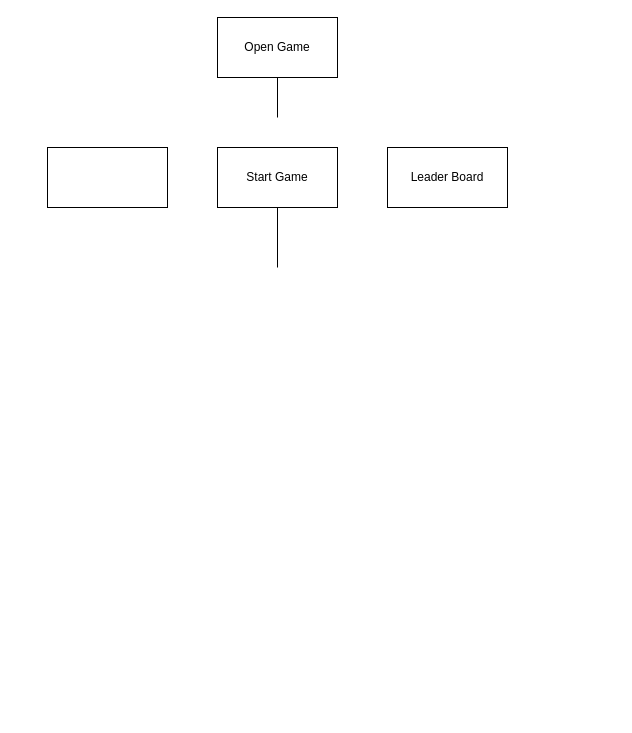
Before: FlowChartA-Steroids.drawio in GaiaDweller/Reed-and-Carson, a draw.io diagram. Source tidied: cells renumbered, new cells numbered last; positions are measured from the earlier drawing's top-left corner, leaving out a move shared by most shapes. Both pictures are drawn from the tidied source at 100%, with x=0, y=0 at pixel (47, 17).
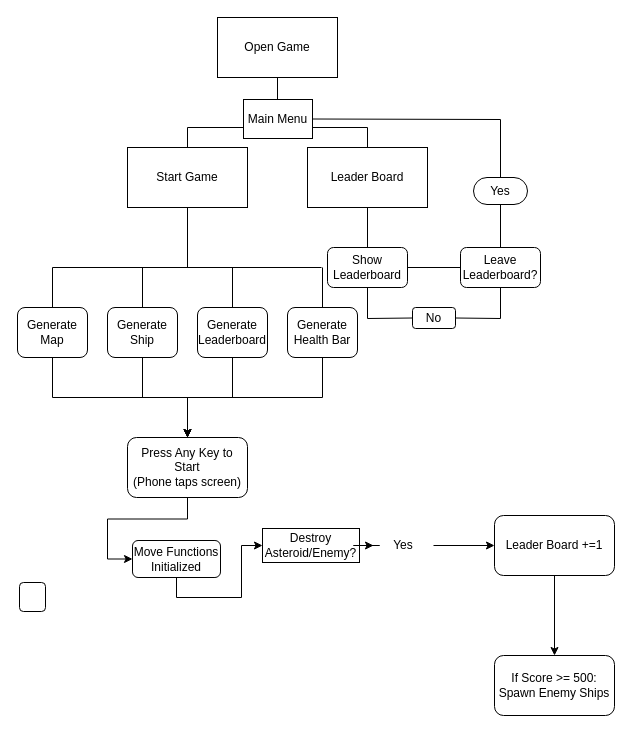
The same diagram, later.

The change refers to these unchanged cells:
```xml
<mxCell id="4" value="Open Game" style="rounded=0;whiteSpace=wrap;html=1;" parent="1" vertex="1">
  <mxGeometry x="170" width="120" height="60" as="geometry" />
</mxCell>
```

Change to the diagram source:
```diff
@@
     <mxCell id="2" value="Start Game" style="rounded=0;whiteSpace=wrap;html=1;" parent="1" vertex="1">
-      <mxGeometry x="170" y="130" width="120" height="60" as="geometry" />
+      <mxGeometry x="80" y="130" width="120" height="60" as="geometry" />
     </mxCell>
     <mxCell id="3" style="endArrow=none;html=1;rounded=0;entryX=0.5;entryY=1;entryDx=0;entryDy=0;" parent="1" edge="1" target="2">
       <mxGeometry relative="1" as="geometry">
-        <mxPoint x="230" y="250" as="sourcePoint" />
+        <mxPoint x="140" y="250" as="sourcePoint" />
       </mxGeometry>
     </mxCell>
@@
     <mxCell id="5" style="endArrow=none;html=1;rounded=0;entryX=0.5;entryY=1;entryDx=0;entryDy=0;" parent="1" edge="1" target="4">
       <mxGeometry relative="1" as="geometry">
-        <mxPoint x="230" y="100" as="sourcePoint" />
+        <mxPoint x="230" y="110" as="sourcePoint" />
         <Array as="points">
           <mxPoint x="230" y="60" />
         </Array>
       </mxGeometry>
     </mxCell>
     <mxCell id="6" value="Leader Board" style="rounded=0;whiteSpace=wrap;html=1;" parent="1" vertex="1">
-      <mxGeometry x="340" y="130" width="120" height="60" as="geometry" />
+      <mxGeometry x="260" y="130" width="120" height="60" as="geometry" />
     </mxCell>
-    <mxCell id="7" style="rounded=0;whiteSpace=wrap;html=1;" parent="1" vertex="1">
-      <mxGeometry y="130" width="120" height="60" as="geometry" />
-    </mxCell>
+    <mxCell id="8" style="endArrow=none;html=1;rounded=0;" parent="1" edge="1">
+      <mxGeometry relative="1" as="geometry">
+        <mxPoint x="140" y="110" as="sourcePoint" />
+        <mxPoint x="320" y="110" as="targetPoint" />
+      </mxGeometry>
+    </mxCell>
+    <mxCell id="9" style="endArrow=none;html=1;rounded=0;exitX=0.5;exitY=0;exitDx=0;exitDy=0;" parent="1" edge="1" source="2">
+      <mxGeometry relative="1" as="geometry">
+        <mxPoint x="140" y="110" as="targetPoint" />
+      </mxGeometry>
+    </mxCell>
+    <mxCell id="10" style="endArrow=none;html=1;rounded=0;exitX=0.5;exitY=0;exitDx=0;exitDy=0;" parent="1" edge="1" source="6">
+      <mxGeometry relative="1" as="geometry">
+        <mxPoint x="320" y="110" as="targetPoint" />
+      </mxGeometry>
+    </mxCell>
+    <mxCell id="11" value="Show Leaderboard" style="rounded=1;whiteSpace=wrap;html=1;" parent="1" vertex="1">
+      <mxGeometry x="280" y="230" width="80" height="40" as="geometry" />
+    </mxCell>
+    <mxCell id="12" style="endArrow=none;html=1;rounded=0;exitX=0.5;exitY=1;exitDx=0;exitDy=0;entryX=0.5;entryY=0;entryDx=0;entryDy=0;" parent="1" edge="1" source="6" target="11">
+      <mxGeometry relative="1" as="geometry" />
+    </mxCell>
+    <mxCell id="13" style="edgeStyle=orthogonalEdgeStyle;rounded=0;jettySize=auto;html=1;exitX=0.5;exitY=1;exitDx=0;exitDy=0;" parent="1" edge="1" source="14" target="27">
+      <mxGeometry relative="1" as="geometry" />
+    </mxCell>
+    <mxCell id="14" value="Generate Map" style="rounded=1;whiteSpace=wrap;html=1;" parent="1" vertex="1">
+      <mxGeometry x="-30" y="290" width="70" height="50" as="geometry" />
+    </mxCell>
+    <mxCell id="15" style="edgeStyle=orthogonalEdgeStyle;rounded=0;jettySize=auto;html=1;exitX=0.5;exitY=1;exitDx=0;exitDy=0;entryX=0.5;entryY=0;entryDx=0;entryDy=0;" parent="1" edge="1" source="16" target="27">
+      <mxGeometry relative="1" as="geometry" />
+    </mxCell>
+    <mxCell id="16" value="Generate Ship" style="rounded=1;whiteSpace=wrap;html=1;" parent="1" vertex="1">
+      <mxGeometry x="60" y="290" width="70" height="50" as="geometry" />
+    </mxCell>
+    <mxCell id="17" style="edgeStyle=orthogonalEdgeStyle;rounded=0;jettySize=auto;html=1;exitX=0.5;exitY=1;exitDx=0;exitDy=0;entryX=0.5;entryY=0;entryDx=0;entryDy=0;" parent="1" edge="1" source="18" target="27">
+      <mxGeometry relative="1" as="geometry" />
+    </mxCell>
+    <mxCell id="18" value="Generate Leaderboard" style="rounded=1;whiteSpace=wrap;html=1;" parent="1" vertex="1">
+      <mxGeometry x="150" y="290" width="70" height="50" as="geometry" />
+    </mxCell>
+    <mxCell id="19" style="edgeStyle=orthogonalEdgeStyle;rounded=0;jettySize=auto;html=1;exitX=0.5;exitY=1;exitDx=0;exitDy=0;" parent="1" edge="1" source="20" target="27">
+      <mxGeometry relative="1" as="geometry" />
+    </mxCell>
+    <mxCell id="20" value="Generate Health Bar" style="rounded=1;whiteSpace=wrap;html=1;" parent="1" vertex="1">
+      <mxGeometry x="240" y="290" width="70" height="50" as="geometry" />
+    </mxCell>
+    <mxCell id="21" style="endArrow=none;html=1;rounded=0;" parent="1" edge="1">
+      <mxGeometry relative="1" as="geometry">
+        <mxPoint x="5" y="250" as="sourcePoint" />
+        <mxPoint x="274" y="250" as="targetPoint" />
+      </mxGeometry>
+    </mxCell>
+    <mxCell id="22" style="endArrow=none;html=1;rounded=0;exitX=0.5;exitY=0;exitDx=0;exitDy=0;" parent="1" edge="1" source="14">
+      <mxGeometry relative="1" as="geometry">
+        <mxPoint x="5" y="250" as="targetPoint" />
+      </mxGeometry>
+    </mxCell>
+    <mxCell id="23" style="endArrow=none;html=1;rounded=0;entryX=0.5;entryY=0;entryDx=0;entryDy=0;" parent="1" edge="1" target="16">
+      <mxGeometry relative="1" as="geometry">
+        <mxPoint x="95" y="250" as="sourcePoint" />
+      </mxGeometry>
+    </mxCell>
+    <mxCell id="24" style="endArrow=none;html=1;rounded=0;exitX=0.5;exitY=0;exitDx=0;exitDy=0;" parent="1" edge="1" source="18">
+      <mxGeometry relative="1" as="geometry">
+        <mxPoint x="185" y="250" as="targetPoint" />
+      </mxGeometry>
+    </mxCell>
+    <mxCell id="25" style="endArrow=none;html=1;rounded=0;exitX=0.5;exitY=0;exitDx=0;exitDy=0;" parent="1" edge="1" source="20">
+      <mxGeometry relative="1" as="geometry">
+        <mxPoint x="275" y="250" as="targetPoint" />
+      </mxGeometry>
+    </mxCell>
+    <mxCell id="26" style="edgeStyle=orthogonalEdgeStyle;rounded=0;jettySize=auto;html=1;exitX=0.5;exitY=1;exitDx=0;exitDy=0;entryX=0;entryY=0.5;entryDx=0;entryDy=0;" parent="1" edge="1" source="45" target="38">
+      <mxGeometry relative="1" as="geometry" />
+    </mxCell>
+    <mxCell id="27" value="Press Any Key to Start&lt;div&gt;(Phone taps screen)&lt;/div&gt;" style="rounded=1;whiteSpace=wrap;html=1;" parent="1" vertex="1">
+      <mxGeometry x="80" y="420" width="120" height="60" as="geometry" />
+    </mxCell>
+    <mxCell id="28" value="Leave Leaderboard?" style="rounded=1;whiteSpace=wrap;html=1;" parent="1" vertex="1">
+      <mxGeometry x="413" y="230" width="80" height="40" as="geometry" />
+    </mxCell>
+    <mxCell id="29" style="endArrow=none;html=1;rounded=0;entryX=0;entryY=0.5;entryDx=0;entryDy=0;exitX=1;exitY=0.5;exitDx=0;exitDy=0;" parent="1" edge="1" source="11" target="28">
+      <mxGeometry relative="1" as="geometry" />
+    </mxCell>
+    <mxCell id="30" value="No" style="rounded=1;whiteSpace=wrap;html=1;" parent="1" vertex="1">
+      <mxGeometry x="365" y="290" width="43" height="21" as="geometry" />
+    </mxCell>
+    <mxCell id="31" style="endArrow=none;html=1;rounded=0;entryX=0.5;entryY=1;entryDx=0;entryDy=0;exitX=1;exitY=0.5;exitDx=0;exitDy=0;" parent="1" edge="1" source="30" target="28">
+      <mxGeometry relative="1" as="geometry">
+        <Array as="points">
+          <mxPoint x="453" y="301" />
+        </Array>
+      </mxGeometry>
+    </mxCell>
+    <mxCell id="32" style="endArrow=none;html=1;rounded=0;entryX=0.5;entryY=1;entryDx=0;entryDy=0;exitX=0;exitY=0.5;exitDx=0;exitDy=0;" parent="1" edge="1" source="30" target="11">
+      <mxGeometry relative="1" as="geometry">
+        <Array as="points">
+          <mxPoint x="320" y="301" />
+        </Array>
+      </mxGeometry>
+    </mxCell>
+    <mxCell id="33" value="Yes" style="rounded=1;whiteSpace=wrap;html=1;arcSize=50;" parent="1" vertex="1">
+      <mxGeometry x="426" y="160" width="54" height="27" as="geometry" />
+    </mxCell>
+    <mxCell id="34" style="endArrow=none;html=1;rounded=0;entryX=0.5;entryY=1;entryDx=0;entryDy=0;" parent="1" edge="1" source="28" target="33">
+      <mxGeometry relative="1" as="geometry" />
+    </mxCell>
+    <mxCell id="35" style="endArrow=none;html=1;rounded=0;entryX=0.5;entryY=0;entryDx=0;entryDy=0;exitX=1;exitY=0.5;exitDx=0;exitDy=0;" parent="1" edge="1" source="36" target="33">
+      <mxGeometry relative="1" as="geometry">
+        <Array as="points">
+          <mxPoint x="453" y="102" />
+        </Array>
+      </mxGeometry>
+    </mxCell>
+    <mxCell id="36" value="Main Menu" style="rounded=0;whiteSpace=wrap;html=1;" parent="1" vertex="1">
+      <mxGeometry x="196" y="82" width="69" height="39" as="geometry" />
+    </mxCell>
+    <mxCell id="37" style="edgeStyle=orthogonalEdgeStyle;rounded=0;jettySize=auto;html=1;" parent="1" edge="1" source="40" target="42">
+      <mxGeometry relative="1" as="geometry" />
+    </mxCell>
+    <mxCell id="38" value="Destroy Asteroid/Enemy?" style="rounded=0;whiteSpace=wrap;html=1;" parent="1" vertex="1">
+      <mxGeometry x="215" y="511" width="97" height="34" as="geometry" />
+    </mxCell>
+    <mxCell id="39" style="edgeStyle=orthogonalEdgeStyle;rounded=0;jettySize=auto;html=1;" parent="1" edge="1" source="38" target="40">
+      <mxGeometry relative="1" as="geometry" />
+    </mxCell>
+    <mxCell id="40" value="Yes" style="text;html=1;align=center;verticalAlign=middle;whiteSpace=wrap;rounded=0;" parent="1" vertex="1">
+      <mxGeometry x="326" y="513" width="60" height="30" as="geometry" />
+    </mxCell>
+    <mxCell id="41" style="edgeStyle=orthogonalEdgeStyle;rounded=0;jettySize=auto;html=1;" parent="1" edge="1" source="42" target="43">
+      <mxGeometry relative="1" as="geometry" />
+    </mxCell>
+    <mxCell id="42" value="Leader Board +=1" style="rounded=1;whiteSpace=wrap;html=1;" parent="1" vertex="1">
+      <mxGeometry x="447" y="498" width="120" height="60" as="geometry" />
+    </mxCell>
+    <mxCell id="43" value="If Score &amp;gt;= 500:&lt;div&gt;Spawn Enemy Ships&lt;/div&gt;" style="whiteSpace=wrap;html=1;rounded=1;" parent="1" vertex="1">
+      <mxGeometry x="447" y="638" width="120" height="60" as="geometry" />
+    </mxCell>
+    <mxCell id="44" style="edgeStyle=orthogonalEdgeStyle;rounded=0;jettySize=auto;html=1;exitX=0.5;exitY=1;exitDx=0;exitDy=0;entryX=0;entryY=0.5;entryDx=0;entryDy=0;" parent="1" edge="1" source="27" target="45">
+      <mxGeometry relative="1" as="geometry" />
+    </mxCell>
+    <mxCell id="45" value="Move Functions Initialized" style="rounded=1;whiteSpace=wrap;html=1;" parent="1" vertex="1">
+      <mxGeometry x="85" y="523" width="88" height="37" as="geometry" />
+    </mxCell>
+    <mxCell id="46" style="rounded=1;whiteSpace=wrap;html=1;" parent="1" vertex="1">
+      <mxGeometry x="-28" y="565" width="26" height="29" as="geometry" />
+    </mxCell>
```
